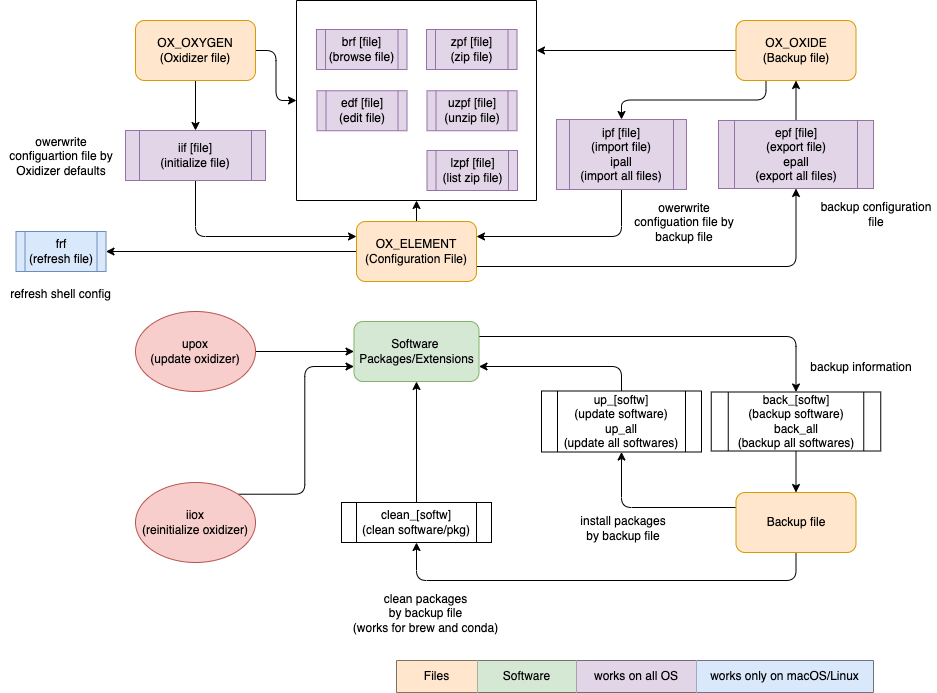
Earlier version of the draw.io export docs/design.drawio.png (ivaquero/backup). Source tidied: cells renumbered, new cells last; positions are measured from the earlier drawing's top-left corner, leaving out a move shared by most shapes.
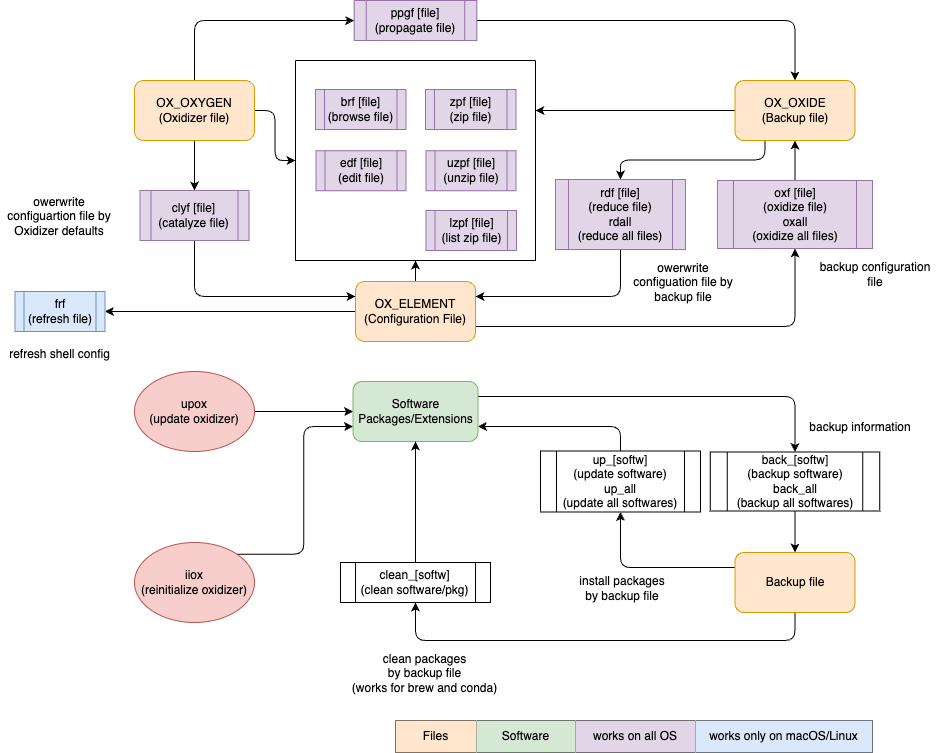
Later version of the same file.

Change to the diagram source:
```diff
@@ -29,14 +29,17 @@
     <mxCell id="10" style="edgeStyle=orthogonalEdgeStyle;html=1;exitX=1;exitY=0.5;exitDx=0;exitDy=0;entryX=0;entryY=0.5;entryDx=0;entryDy=0;" parent="1" edge="1" source="11" target="37">
       <mxGeometry relative="1" as="geometry" />
     </mxCell>
+    <mxCell id="53" style="edgeStyle=orthogonalEdgeStyle;rounded=1;jettySize=auto;html=1;exitX=0.5;exitY=0;exitDx=0;exitDy=0;entryX=0;entryY=0.5;entryDx=0;entryDy=0;" parent="1" edge="1" source="11" target="55">
+      <mxGeometry relative="1" as="geometry" />
+    </mxCell>
     <mxCell id="11" value="OX_OXYGEN&lt;br&gt;(Oxidizer file)" style="rounded=1;whiteSpace=wrap;html=1;fillColor=#ffe6cc;strokeColor=#d79b00;" parent="1" vertex="1">
       <mxGeometry x="135" y="20" width="120" height="60" as="geometry" />
     </mxCell>
     <mxCell id="12" style="edgeStyle=orthogonalEdgeStyle;html=1;exitX=0.5;exitY=1;exitDx=0;exitDy=0;entryX=0;entryY=0.25;entryDx=0;entryDy=0;" parent="1" edge="1" source="13" target="5">
       <mxGeometry relative="1" as="geometry" />
     </mxCell>
-    <mxCell id="13" value="iif [file]&lt;br&gt;(initialize file)" style="shape=process;whiteSpace=wrap;html=1;backgroundOutline=1;fillColor=#e1d5e7;strokeColor=#9673a6;" parent="1" vertex="1">
-      <mxGeometry x="125" y="130" width="140" height="50" as="geometry" />
+    <mxCell id="13" value="clyf [file]&lt;br&gt;(catalyze file)" style="shape=process;whiteSpace=wrap;html=1;backgroundOutline=1;fillColor=#e1d5e7;strokeColor=#9673a6;" parent="1" vertex="1">
+      <mxGeometry x="140.5" y="130" width="109" height="50" as="geometry" />
     </mxCell>
     <mxCell id="14" value="owerwrite configuartion file by Oxidizer defaults" style="text;html=1;strokeColor=none;fillColor=none;align=center;verticalAlign=middle;whiteSpace=wrap;rounded=0;" parent="1" vertex="1">
       <mxGeometry x="0.5" y="126" width="120" height="60" as="geometry" />
@@ -44,7 +47,7 @@
     <mxCell id="15" style="edgeStyle=orthogonalEdgeStyle;html=1;exitX=0.5;exitY=0;exitDx=0;exitDy=0;entryX=0.5;entryY=1;entryDx=0;entryDy=0;" parent="1" edge="1" source="16" target="8">
       <mxGeometry relative="1" as="geometry" />
     </mxCell>
-    <mxCell id="16" value="epf [file]&lt;br&gt;(export file)&lt;br&gt;epall&lt;br&gt;(export all files)" style="shape=process;whiteSpace=wrap;html=1;backgroundOutline=1;fillColor=#e1d5e7;strokeColor=#9673a6;" parent="1" vertex="1">
+    <mxCell id="16" value="oxf [file]&lt;br&gt;(oxidize file)&lt;br&gt;oxall&lt;br&gt;(oxidize&amp;nbsp;all files)" style="shape=process;whiteSpace=wrap;html=1;backgroundOutline=1;fillColor=#e1d5e7;strokeColor=#9673a6;" parent="1" vertex="1">
       <mxGeometry x="718" y="120" width="155" height="68" as="geometry" />
     </mxCell>
     <mxCell id="17" value="backup configuration file" style="text;html=1;strokeColor=none;fillColor=none;align=center;verticalAlign=middle;whiteSpace=wrap;rounded=0;" parent="1" vertex="1">
@@ -53,7 +56,7 @@
     <mxCell id="18" style="edgeStyle=orthogonalEdgeStyle;html=1;exitX=0.5;exitY=1;exitDx=0;exitDy=0;entryX=1;entryY=0.25;entryDx=0;entryDy=0;" parent="1" edge="1" source="19" target="5">
       <mxGeometry relative="1" as="geometry" />
     </mxCell>
-    <mxCell id="19" value="ipf [file]&lt;br&gt;(import file)&lt;br&gt;ipall&lt;br&gt;(import all files)" style="shape=process;whiteSpace=wrap;html=1;backgroundOutline=1;fillColor=#e1d5e7;strokeColor=#9673a6;" parent="1" vertex="1">
+    <mxCell id="19" value="rdf [file]&lt;br&gt;(reduce file)&lt;br&gt;rdall&lt;br&gt;(reduce all files)" style="shape=process;whiteSpace=wrap;html=1;backgroundOutline=1;fillColor=#e1d5e7;strokeColor=#9673a6;" parent="1" vertex="1">
       <mxGeometry x="556" y="119" width="130" height="70" as="geometry" />
     </mxCell>
     <mxCell id="20" value="owerwrite configuation file by backup file" style="text;html=1;strokeColor=none;fillColor=none;align=center;verticalAlign=middle;whiteSpace=wrap;rounded=0;" parent="1" vertex="1">
@@ -160,5 +163,11 @@
     <mxCell id="52" value="iiox&lt;br style=&quot;border-color: var(--border-color);&quot;&gt;(reinitialize oxidizer)" style="ellipse;whiteSpace=wrap;html=1;fillColor=#f8cecc;strokeColor=#b85450;" parent="1" vertex="1">
       <mxGeometry x="135" y="482" width="120" height="80" as="geometry" />
     </mxCell>
+    <mxCell id="54" style="edgeStyle=orthogonalEdgeStyle;rounded=1;jettySize=auto;html=1;exitX=1;exitY=0.5;exitDx=0;exitDy=0;entryX=0.5;entryY=0;entryDx=0;entryDy=0;" parent="1" edge="1" source="55" target="8">
+      <mxGeometry relative="1" as="geometry" />
+    </mxCell>
+    <mxCell id="55" value="ppgf [file]&lt;br&gt;(propagate file)" style="shape=process;whiteSpace=wrap;html=1;backgroundOutline=1;fillColor=#e1d5e7;strokeColor=#9673a6;" parent="1" vertex="1">
+      <mxGeometry x="354.7" y="-60" width="122.6" height="40" as="geometry" />
+    </mxCell>
   </root>
 </mxGraphModel>
```
